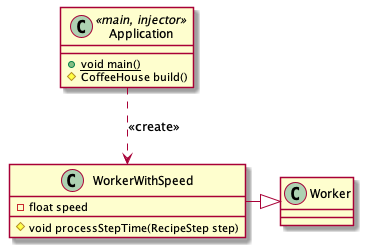
Before: docs/Class Diagrams/extension1/Extension1.png, a diagram exported from PlantUML (aswejei/cafe_ppvis). Its diagram source:
```plantuml
@startuml Ext1


class Application <<main, injector>> {
    + {static} void main()
    # CoffeeHouse build()
}

class WorkerWithSpeed {
    - float speed
    # void processStepTime(RecipeStep step)
}

WorkerWithSpeed -|> Worker
Application ..> WorkerWithSpeed : <<create>>
@enduml
```
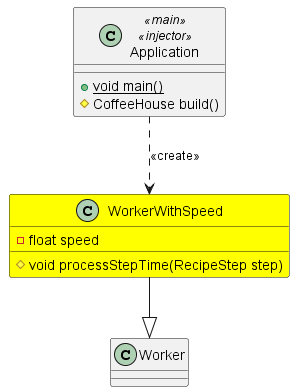
Later version of the same file.

Diff of the diagram source:
```diff
@@ -1,16 +1,17 @@
-@startuml Ext1
-
-
-class Application <<main, injector>> {
+@startuml
+class Application <<main>>, <<injector>> {
     + {static} void main()
     # CoffeeHouse build()
 }
 
-class WorkerWithSpeed {
+class WorkerWithSpeed #Yellow {
     - float speed
     # void processStepTime(RecipeStep step)
 }
 
-WorkerWithSpeed -|> Worker
-Application ..> WorkerWithSpeed : <<create>>
+class Worker {}
+
+Application ..> WorkerWithSpeed: <<create>>
+WorkerWithSpeed --|> Worker
+
 @enduml
```
